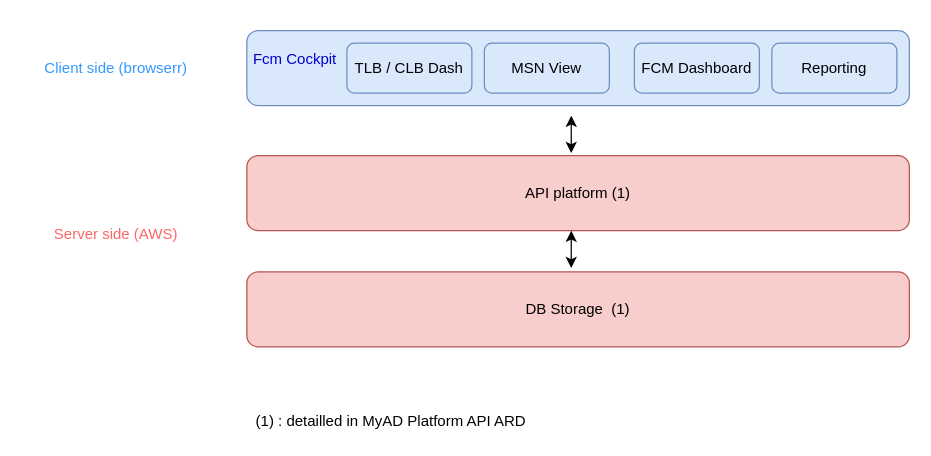
claytonbrown/aws-drawing keeps this draw.io diagram as FCM_Cockpit.drawio. Above is the earlier version. Source tidied: cells renumbered, new cells numbered last; positions are measured from the earlier drawing's top-left corner, leaving out a move shared by most shapes. Both pictures are drawn from the tidied source at 125%, with x=0, y=0 at pixel (34, 30).
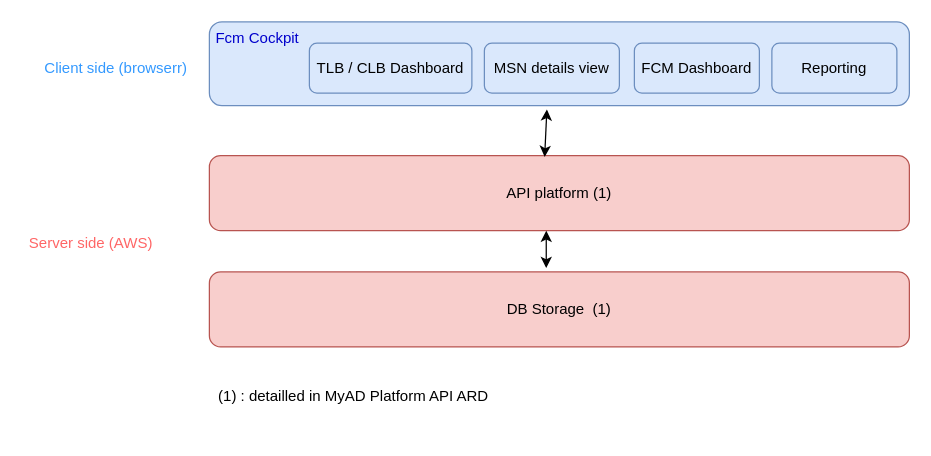
After the change.

The edit, as a diff of the source:
```diff
@@
 <mxGraphModel>
   <root>
     <mxCell id="0" />
     <mxCell id="1" parent="0" />
-    <mxCell id="2" value="&lt;font color=&quot;#0000cc&quot;&gt;&amp;nbsp;Fcm Cockpit&lt;br&gt;&lt;br&gt;&lt;/font&gt;" style="rounded=1;whiteSpace=wrap;html=1;fillColor=#dae8fc;strokeColor=#6c8ebf;align=left;" parent="1" vertex="1">
-      <mxGeometry x="170" width="530" height="60" as="geometry" />
+    <mxCell id="2" value="&lt;font color=&quot;#0000cc&quot;&gt;&amp;nbsp;Fcm Cockpit&lt;br&gt;&lt;br&gt;&lt;br&gt;&lt;br&gt;&lt;/font&gt;" style="rounded=1;whiteSpace=wrap;html=1;fillColor=#dae8fc;strokeColor=#6c8ebf;align=left;" parent="1" vertex="1">
+      <mxGeometry x="140" y="-7" width="560" height="67" as="geometry" />
     </mxCell>
-    <mxCell id="3" value="MSN View" style="rounded=1;whiteSpace=wrap;html=1;fillColor=#dae8fc;strokeColor=#6c8ebf;" parent="1" vertex="1">
-      <mxGeometry x="360" y="10" width="100" height="40" as="geometry" />
+    <mxCell id="3" value="MSN details view" style="rounded=1;whiteSpace=wrap;html=1;fillColor=#dae8fc;strokeColor=#6c8ebf;" parent="1" vertex="1">
+      <mxGeometry x="360" y="10" width="108" height="40" as="geometry" />
     </mxCell>
     <mxCell id="4" value="API platform (1)" style="rounded=1;whiteSpace=wrap;html=1;fillColor=#f8cecc;strokeColor=#b85450;" parent="1" vertex="1">
-      <mxGeometry x="170" y="100" width="530" height="60" as="geometry" />
+      <mxGeometry x="140" y="100" width="560" height="60" as="geometry" />
     </mxCell>
     <mxCell id="5" value="DB Storage&amp;nbsp; (1)" style="rounded=1;whiteSpace=wrap;html=1;fillColor=#f8cecc;strokeColor=#b85450;" parent="1" vertex="1">
-      <mxGeometry x="170" y="193" width="530" height="60" as="geometry" />
+      <mxGeometry x="140" y="193" width="560" height="60" as="geometry" />
     </mxCell>
     <mxCell id="6" style="endArrow=classic;startArrow=classic;html=1;fontColor=#FFFFFF;" parent="1" edge="1">
       <mxGeometry relative="1" as="geometry">
-        <mxPoint x="429.5" y="190" as="sourcePoint" />
-        <mxPoint x="429.5" y="160" as="targetPoint" />
+        <mxPoint x="409.5" y="190" as="sourcePoint" />
+        <mxPoint x="409.5" y="160" as="targetPoint" />
       </mxGeometry>
     </mxCell>
-    <mxCell id="7" style="endArrow=classic;startArrow=classic;html=1;fontColor=#FFFFFF;" parent="1" edge="1">
+    <mxCell id="7" style="endArrow=classic;startArrow=classic;html=1;fontColor=#FFFFFF;exitX=0.479;exitY=0.017;exitDx=0;exitDy=0;exitPerimeter=0;" parent="1" edge="1" source="4">
       <mxGeometry relative="1" as="geometry">
-        <mxPoint x="429.5" y="98" as="sourcePoint" />
-        <mxPoint x="429.5" y="68" as="targetPoint" />
+        <mxPoint x="410" y="63" as="targetPoint" />
       </mxGeometry>
     </mxCell>
-    <mxCell id="8" value="TLB / CLB Dash" style="rounded=1;whiteSpace=wrap;html=1;fillColor=#dae8fc;strokeColor=#6c8ebf;" parent="1" vertex="1">
-      <mxGeometry x="250" y="10" width="100" height="40" as="geometry" />
+    <mxCell id="8" value="TLB / CLB Dashboard" style="rounded=1;whiteSpace=wrap;html=1;fillColor=#dae8fc;strokeColor=#6c8ebf;" parent="1" vertex="1">
+      <mxGeometry x="220" y="10" width="130" height="40" as="geometry" />
     </mxCell>
     <mxCell id="9" value="FCM Dashboard" style="rounded=1;whiteSpace=wrap;html=1;fillColor=#dae8fc;strokeColor=#6c8ebf;" parent="1" vertex="1">
       <mxGeometry x="480" y="10" width="100" height="40" as="geometry" />
     </mxCell>
     <mxCell id="10" value="&lt;font color=&quot;#3399ff&quot;&gt;Client side (browserr)&lt;/font&gt;" style="text;html=1;align=center;verticalAlign=middle;fontColor=#FFFFFF;" parent="1" vertex="1">
       <mxGeometry y="20" width="130" height="20" as="geometry" />
     </mxCell>
     <mxCell id="11" value="&lt;font color=&quot;#ff6666&quot;&gt;Server side (AWS)&lt;/font&gt;" style="text;html=1;align=center;verticalAlign=middle;fontColor=#FFFFFF;" parent="1" vertex="1">
-      <mxGeometry x="10" y="153" width="110" height="20" as="geometry" />
+      <mxGeometry x="-10" y="160" width="110" height="20" as="geometry" />
     </mxCell>
     <mxCell id="12" value="&lt;font color=&quot;#000000&quot;&gt;(1) : detailled in MyAD Platform API ARD&lt;/font&gt;" style="text;html=1;align=center;verticalAlign=middle;fontColor=#FFFFFF;" parent="1" vertex="1">
-      <mxGeometry x="170" y="303" width="230" height="20" as="geometry" />
+      <mxGeometry x="140" y="283" width="230" height="20" as="geometry" />
     </mxCell>
     <mxCell id="13" value="Reporting" style="rounded=1;whiteSpace=wrap;html=1;fillColor=#dae8fc;strokeColor=#6c8ebf;" parent="1" vertex="1">
       <mxGeometry x="590" y="10" width="100" height="40" as="geometry" />
     </mxCell>
   </root>
 </mxGraphModel>
```
